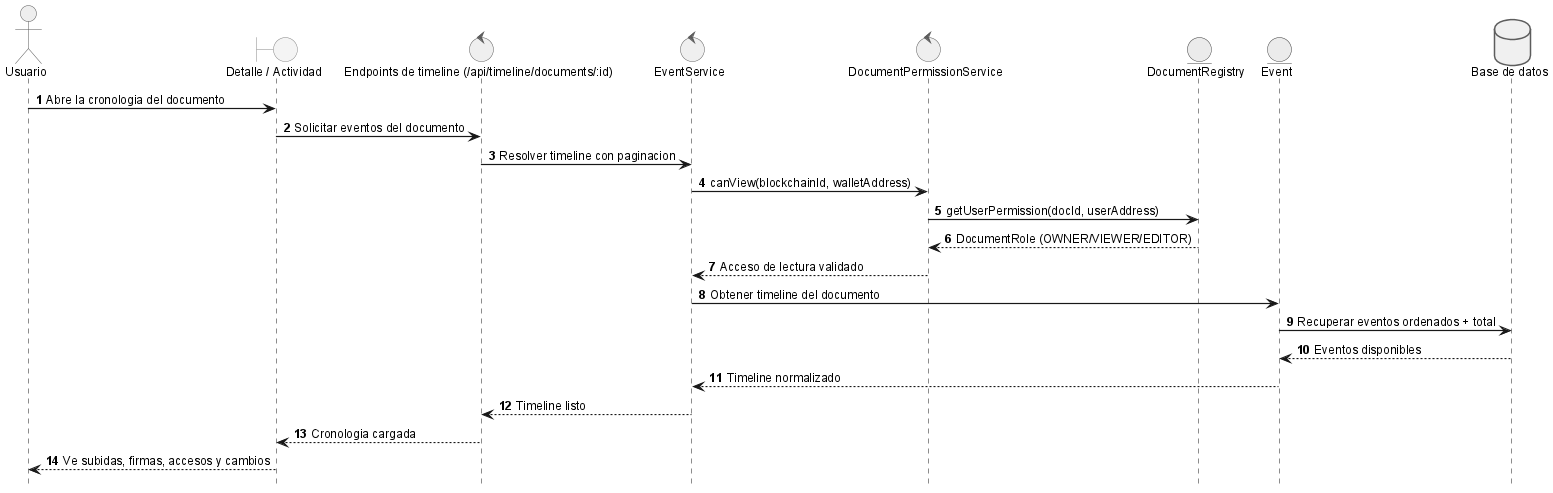
Above: anexos/diagramas/seq-timeline.png in ErDeivih/DocumentChain (PlantUML), before the change.
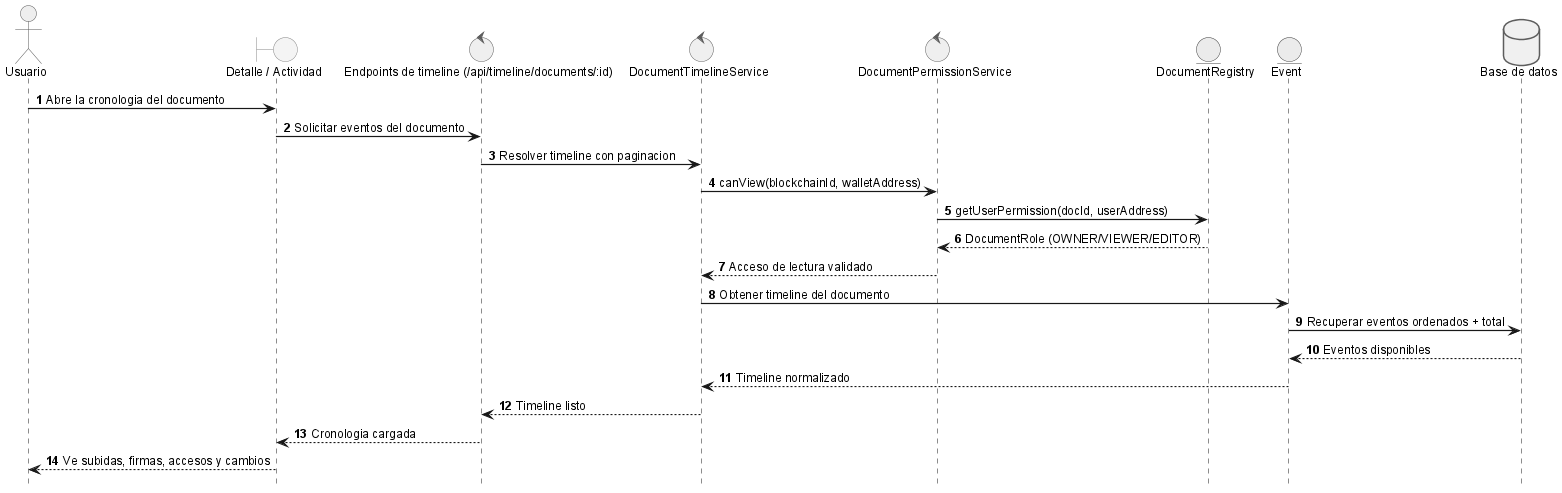
Later version of the same file.

Diff of the diagram source:
```diff
@@ -3,7 +3,7 @@
 actor Usuario as user
 boundary "Detalle / Actividad" as ui
 control "Endpoints de timeline (/api/timeline/documents/:id)" as api
-control "EventService" as srv
+control "DocumentTimelineService" as srv
 control "DocumentPermissionService" as perm
 entity "DocumentRegistry" as sc
 entity "Event" as evt
```
